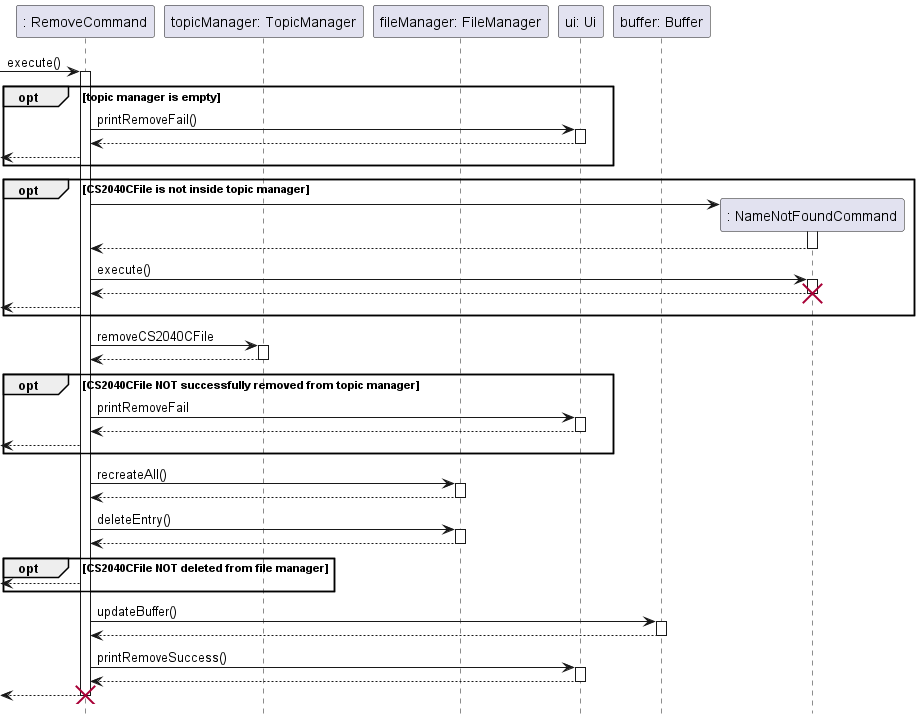
Above: docs/sequence-diagrams/diagrams/RemoveFeature.png in ong-ck/tp (PlantUML), before the change.
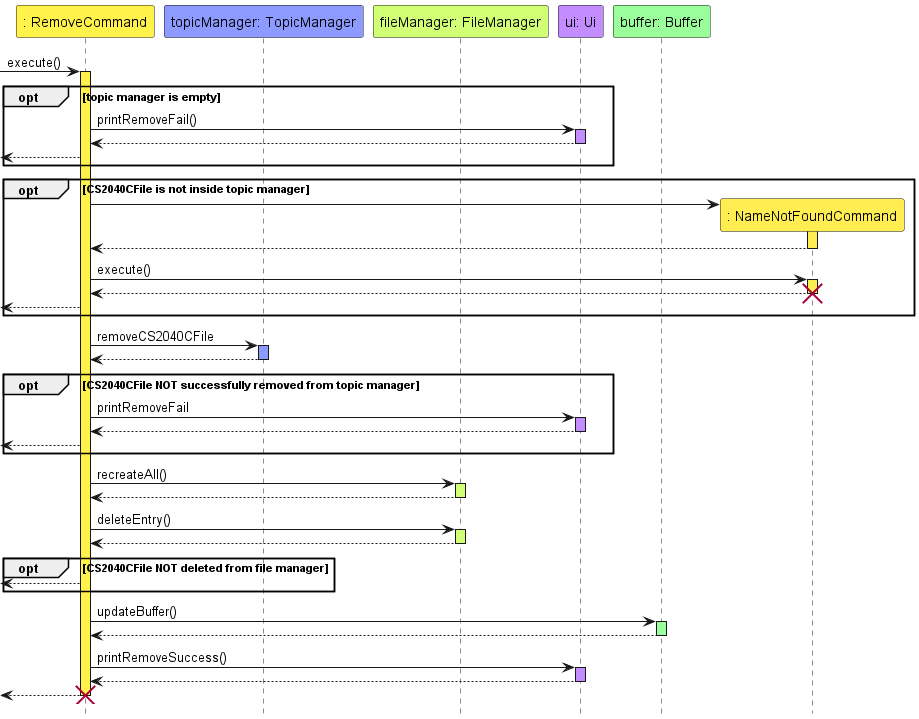
After the commit.

Change to the diagram source:
```diff
@@ -1,50 +1,52 @@
 @startuml
+!include ../../style.iuml
 hide footbox
-participant ": RemoveCommand" as r
-participant "topicManager: TopicManager" as tm
-participant "fileManager: FileManager" as fm
-participant "ui: Ui" as ui
-participant "buffer: Buffer" as b
+
+participant ": RemoveCommand" as r RemoveCommand_STYLE
+participant "topicManager: TopicManager" as tm TopicManager_STYLE
+participant "fileManager: FileManager" as fm FileManager_STYLE
+participant "ui: Ui" as ui Ui_STYLE
+participant "buffer: Buffer" as b Buffer_STYLE
 
 -> r : execute()
-activate r
+activate r RemoveCommand_STYLE
     opt topic manager is empty
         r -> ui : printRemoveFail()
-        activate ui
+        activate ui Ui_STYLE
         return
         <-- r
     end
 
     opt CS2040CFile is not inside topic manager
-        participant ": NameNotFoundCommand" as nn
+        participant ": NameNotFoundCommand" as nn NameNotFoundCommand_STYLE
         r -> nn **
-        activate nn
+        activate nn NameNotFoundCommand_STYLE
         return
 
         r -> nn : execute()
-        activate nn
+        activate nn NameNotFoundCommand_STYLE
         return
         destroy nn
         <-- r
     end
 
     r -> tm : removeCS2040CFile
-    activate tm
+    activate tm TopicManager_STYLE
     return
 
     opt CS2040CFile NOT successfully removed from topic manager
         r -> ui : printRemoveFail
-        activate ui
+        activate ui Ui_STYLE
         return
         <-- r
     end
 
     r -> fm : recreateAll()
-    activate fm
+    activate fm FileManager_STYLE
     return
 
     r -> fm : deleteEntry()
-    activate fm
+    activate fm FileManager_STYLE
     return
 
     opt CS2040CFile NOT deleted from file manager
@@ -52,40 +54,13 @@
     end
 
     r -> b : updateBuffer()
-    activate b
+    activate b Buffer_STYLE
     return
 
     r -> ui : printRemoveSuccess()
-    activate ui
+    activate ui Ui_STYLE
     return
     return
     destroy r
 
-
-
-
-
-
-
-
-
-
-
-
-
-
-
-
-
-
-
-
-
-
-
-
-
-
-
-
 @enduml
```
